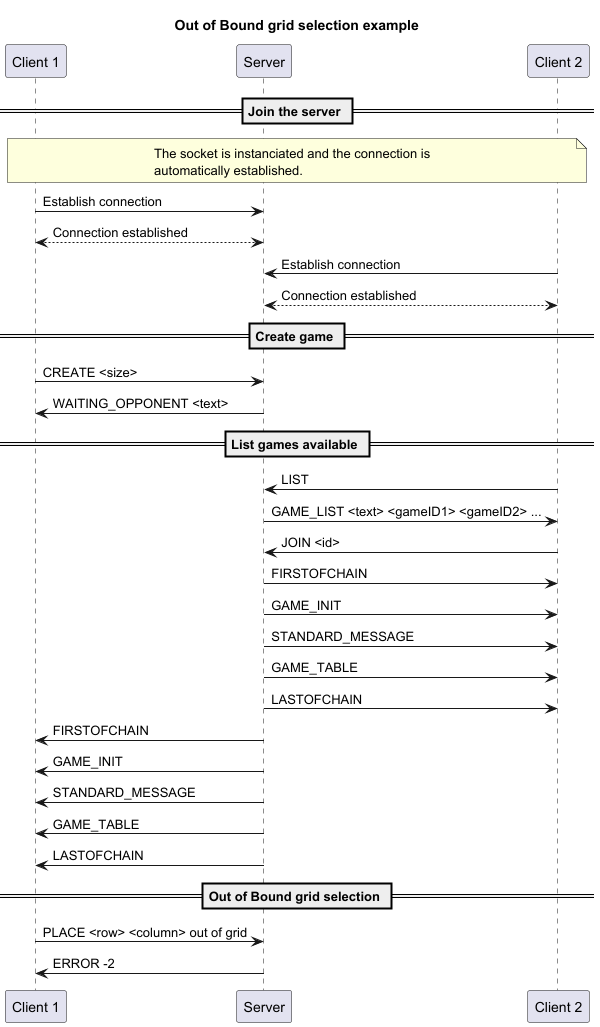
Before: doc/img/out_of_bound_error_example-Out_of_Bound_grid_selection_example.png, a diagram exported from PlantUML (AlexB-HEIG/DAI-Practical-work-2).
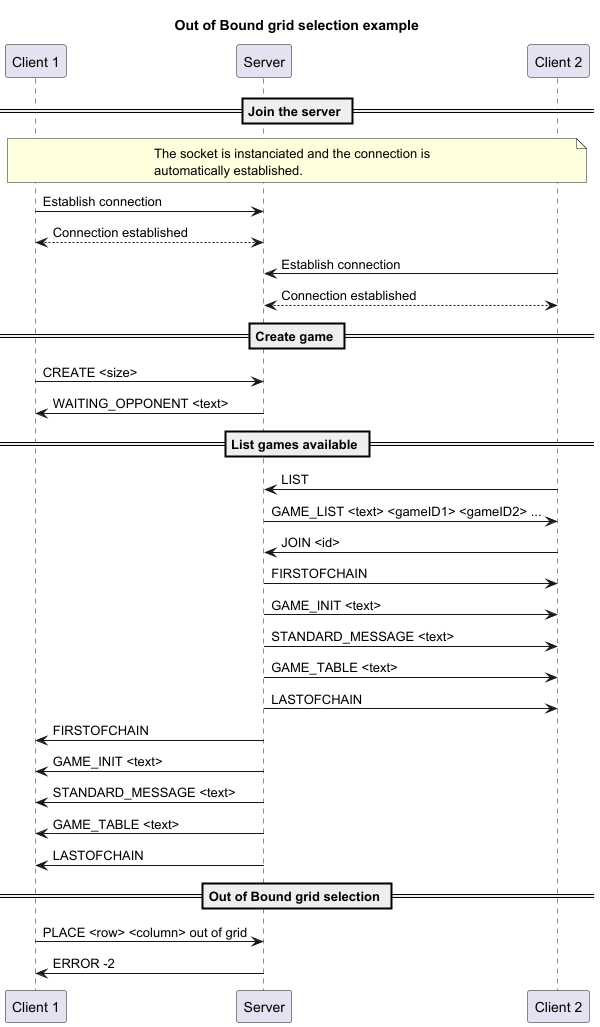
After the commit.

Diff of the diagram source:
```diff
@@ -33,15 +33,15 @@
 c2->s: JOIN <id>
 
 s->c2: FIRSTOFCHAIN
-s->c2: GAME_INIT
-s->c2: STANDARD_MESSAGE
-s->c2: GAME_TABLE
+s->c2: GAME_INIT <text>
+s->c2: STANDARD_MESSAGE <text>
+s->c2: GAME_TABLE <text>
 s->c2: LASTOFCHAIN
 
 s->c1: FIRSTOFCHAIN
-s->c1: GAME_INIT
-s->c1: STANDARD_MESSAGE
-s->c1: GAME_TABLE
+s->c1: GAME_INIT <text>
+s->c1: STANDARD_MESSAGE <text>
+s->c1: GAME_TABLE <text>
 s->c1: LASTOFCHAIN
 
 == Out of Bound grid selection ==
```
